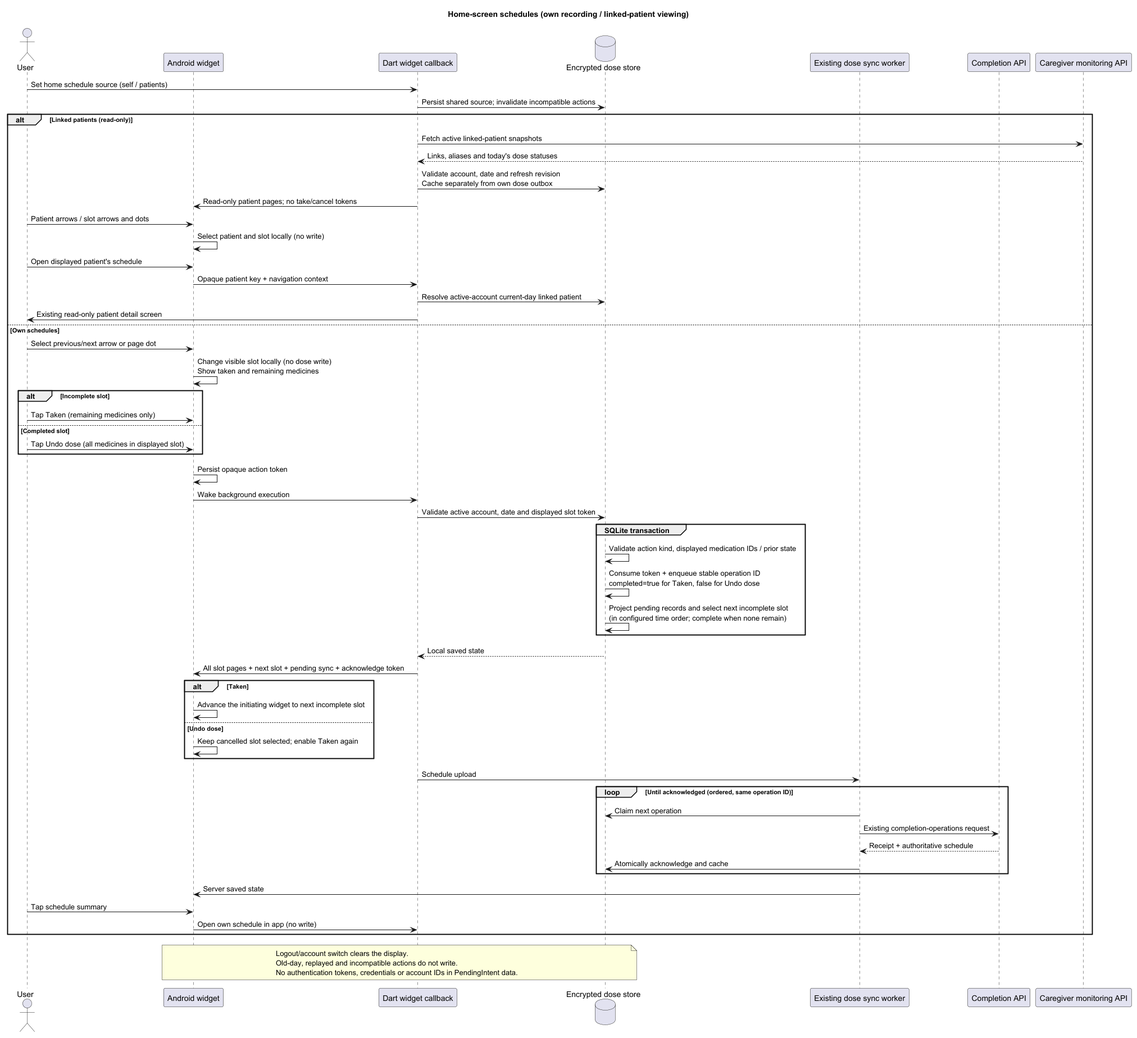
Above: docs/UML/sequence/HomeDoseWidget.png in 1window2/MedBuddy (PlantUML), before the change. Its source is kept beside it as docs/UML/sequence/HomeDoseWidget.puml.
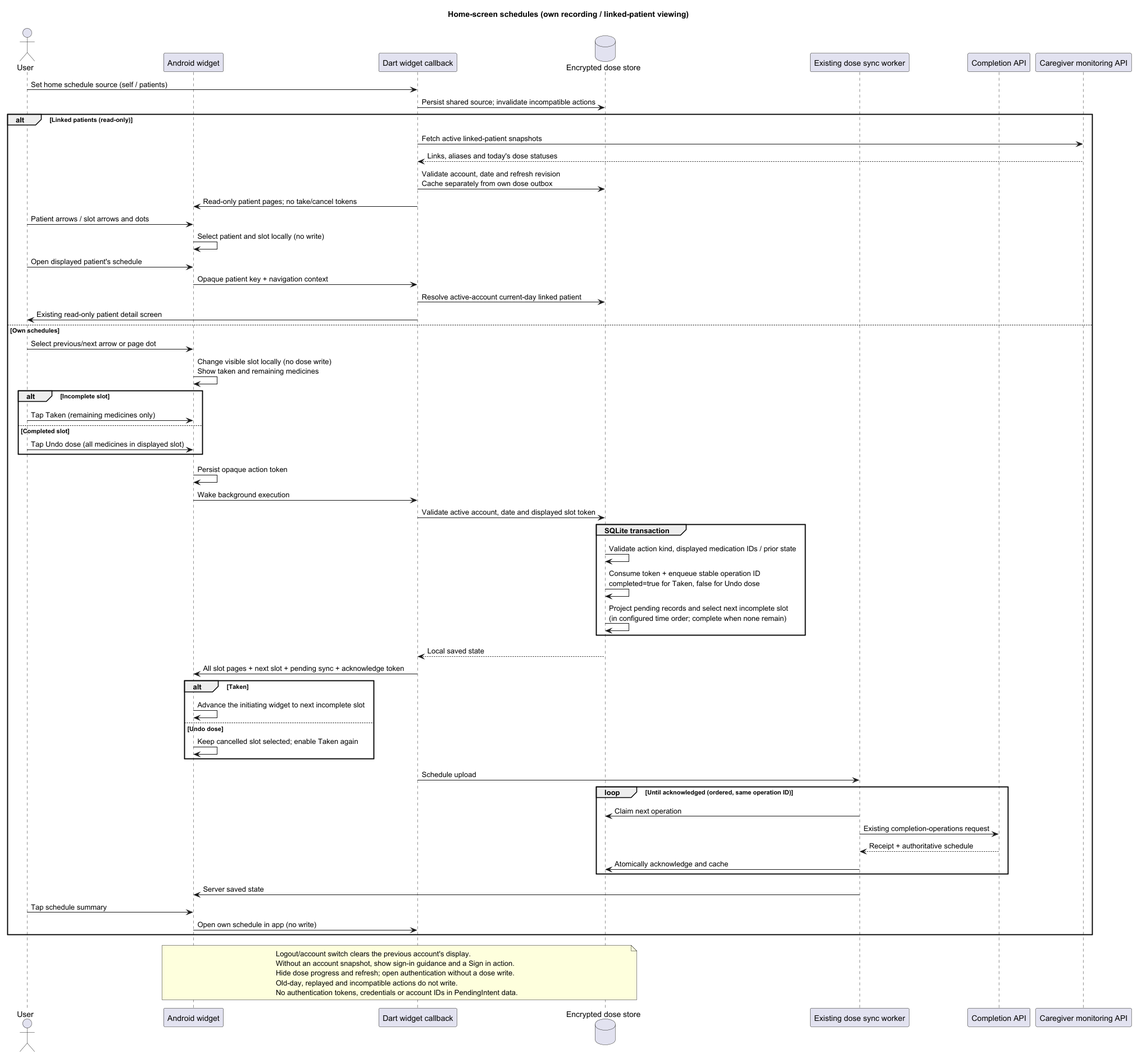
The same file after the commit.

Commit message:
docs: align authentication and signed-out widget flows

Change to the diagram source:
```diff
@@ -57,7 +57,9 @@
 Widget -> Callback: Open own schedule in app (no write)
 end
 note over Widget,Store
-Logout/account switch clears the display.
+Logout/account switch clears the previous account's display.
+Without an account snapshot, show sign-in guidance and a Sign in action.
+Hide dose progress and refresh; open authentication without a dose write.
 Old-day, replayed and incompatible actions do not write.
 No authentication tokens, credentials or account IDs in PendingIntent data.
 end note
```
